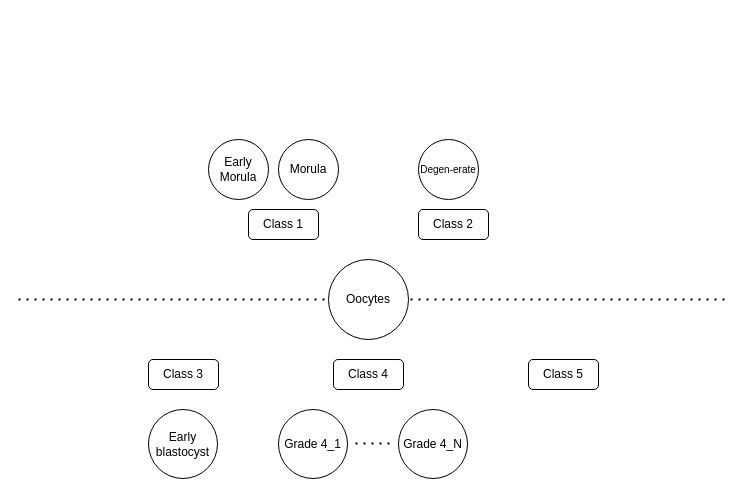
Earlier version of the draw.io diagram Embryo.drawio (SahadevPoudel/Visualization). Source tidied: cells renumbered, new cells numbered last; positions are measured from the earlier drawing's top-left corner, leaving out a move shared by most shapes. Both pictures are drawn from the tidied source at 100%, with x=0, y=0 at pixel (18, 139).
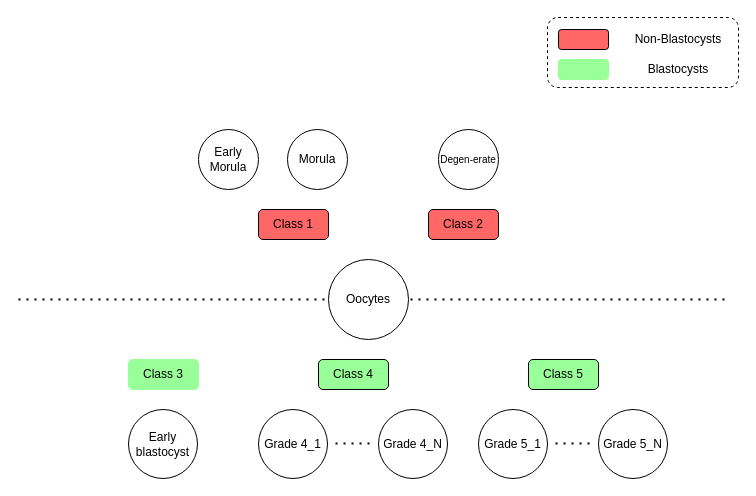
The same diagram, later.

What changed in the source:
```diff
@@
+    <mxCell id="16" style="rounded=1;whiteSpace=wrap;html=1;dashed=1;" parent="1" vertex="1">
+      <mxGeometry x="529" y="-122" width="191" height="70" as="geometry" />
+    </mxCell>
@@
-    <mxCell id="4" value="Class 1" style="rounded=1;whiteSpace=wrap;html=1;" parent="1" vertex="1">
-      <mxGeometry x="230" y="70" width="70" height="30" as="geometry" />
+    <mxCell id="4" value="Class 1" style="rounded=1;whiteSpace=wrap;html=1;fillColor=#FF6666;" parent="1" vertex="1">
+      <mxGeometry x="240" y="70" width="70" height="30" as="geometry" />
     </mxCell>
-    <mxCell id="5" value="Class 2" style="rounded=1;whiteSpace=wrap;html=1;" parent="1" vertex="1">
-      <mxGeometry x="400" y="70" width="70" height="30" as="geometry" />
+    <mxCell id="5" value="Class 2" style="rounded=1;whiteSpace=wrap;html=1;fillColor=#FF6666;" parent="1" vertex="1">
+      <mxGeometry x="410" y="70" width="70" height="30" as="geometry" />
     </mxCell>
     <mxCell id="6" value="Early Morula" style="ellipse;whiteSpace=wrap;html=1;" parent="1" vertex="1">
-      <mxGeometry x="190" width="60" height="60" as="geometry" />
+      <mxGeometry x="180" y="-10" width="60" height="60" as="geometry" />
     </mxCell>
     <mxCell id="7" value="Morula" style="ellipse;whiteSpace=wrap;html=1;" parent="1" vertex="1">
-      <mxGeometry x="260" width="60" height="60" as="geometry" />
+      <mxGeometry x="269" y="-10" width="60" height="60" as="geometry" />
     </mxCell>
     <mxCell id="8" value="&lt;font style=&quot;font-size: 10px;&quot;&gt;Degen-erate&lt;/font&gt;" style="ellipse;whiteSpace=wrap;html=1;" parent="1" vertex="1">
-      <mxGeometry x="400" width="60" height="60" as="geometry" />
+      <mxGeometry x="420" y="-10" width="60" height="60" as="geometry" />
     </mxCell>
-    <mxCell id="9" value="Class 3" style="rounded=1;whiteSpace=wrap;html=1;" parent="1" vertex="1">
-      <mxGeometry x="130" y="220" width="70" height="30" as="geometry" />
+    <mxCell id="9" value="Class 3" style="rounded=1;whiteSpace=wrap;html=1;strokeColor=#99FF99;fillColor=#99FF99;" parent="1" vertex="1">
+      <mxGeometry x="110" y="220" width="70" height="30" as="geometry" />
     </mxCell>
-    <mxCell id="10" value="Class 4" style="rounded=1;whiteSpace=wrap;html=1;" parent="1" vertex="1">
-      <mxGeometry x="315" y="220" width="70" height="30" as="geometry" />
+    <mxCell id="10" value="Class 4" style="rounded=1;whiteSpace=wrap;html=1;fillColor=#99FF99;" parent="1" vertex="1">
+      <mxGeometry x="300" y="220" width="70" height="30" as="geometry" />
     </mxCell>
-    <mxCell id="11" value="Class 5" style="rounded=1;whiteSpace=wrap;html=1;" parent="1" vertex="1">
+    <mxCell id="11" value="Class 5" style="rounded=1;whiteSpace=wrap;html=1;fillColor=#99FF99;" parent="1" vertex="1">
       <mxGeometry x="510" y="220" width="70" height="30" as="geometry" />
     </mxCell>
     <mxCell id="12" value="Early blastocyst" style="ellipse;whiteSpace=wrap;html=1;" parent="1" vertex="1">
-      <mxGeometry x="130" y="270" width="69" height="69" as="geometry" />
+      <mxGeometry x="110" y="270" width="69" height="69" as="geometry" />
     </mxCell>
     <mxCell id="13" value="Grade 4_1" style="ellipse;whiteSpace=wrap;html=1;" parent="1" vertex="1">
-      <mxGeometry x="260" y="270" width="69" height="69" as="geometry" />
+      <mxGeometry x="240" y="270" width="69" height="69" as="geometry" />
     </mxCell>
     <mxCell id="14" value="Grade 4_N" style="ellipse;whiteSpace=wrap;html=1;" parent="1" vertex="1">
-      <mxGeometry x="380" y="270" width="69" height="69" as="geometry" />
+      <mxGeometry x="360" y="270" width="69" height="69" as="geometry" />
     </mxCell>
     <mxCell id="15" style="endArrow=none;dashed=1;html=1;dashPattern=1 3;strokeWidth=2;rounded=0;" parent="1" edge="1">
       <mxGeometry relative="1" as="geometry">
-        <mxPoint x="337" y="304" as="sourcePoint" />
-        <mxPoint x="372" y="304" as="targetPoint" />
+        <mxPoint x="317" y="304" as="sourcePoint" />
+        <mxPoint x="352" y="304" as="targetPoint" />
       </mxGeometry>
     </mxCell>
+    <mxCell id="17" value="Grade 5_1" style="ellipse;whiteSpace=wrap;html=1;" parent="1" vertex="1">
+      <mxGeometry x="460" y="270" width="69" height="69" as="geometry" />
+    </mxCell>
+    <mxCell id="18" value="Grade 5_N" style="ellipse;whiteSpace=wrap;html=1;" parent="1" vertex="1">
+      <mxGeometry x="580" y="270" width="69" height="69" as="geometry" />
+    </mxCell>
+    <mxCell id="19" style="endArrow=none;dashed=1;html=1;dashPattern=1 3;strokeWidth=2;rounded=0;" parent="1" edge="1">
+      <mxGeometry relative="1" as="geometry">
+        <mxPoint x="537" y="304" as="sourcePoint" />
+        <mxPoint x="572" y="304" as="targetPoint" />
+      </mxGeometry>
+    </mxCell>
+    <mxCell id="20" style="rounded=1;whiteSpace=wrap;html=1;fillColor=#FF6666;" parent="1" vertex="1">
+      <mxGeometry x="540" y="-110" width="50" height="20" as="geometry" />
+    </mxCell>
+    <mxCell id="21" style="rounded=1;whiteSpace=wrap;html=1;strokeColor=#99FF99;fillColor=#99FF99;" parent="1" vertex="1">
+      <mxGeometry x="540" y="-80" width="50" height="20" as="geometry" />
+    </mxCell>
+    <mxCell id="22" value="Non-Blastocysts" style="text;strokeColor=none;align=center;fillColor=none;html=1;verticalAlign=middle;whiteSpace=wrap;rounded=0;" parent="1" vertex="1">
+      <mxGeometry x="600" y="-115" width="120" height="30" as="geometry" />
+    </mxCell>
+    <mxCell id="23" value="Blastocysts" style="text;strokeColor=none;align=center;fillColor=none;html=1;verticalAlign=middle;whiteSpace=wrap;rounded=0;" parent="1" vertex="1">
+      <mxGeometry x="600" y="-85" width="120" height="30" as="geometry" />
+    </mxCell>
```
